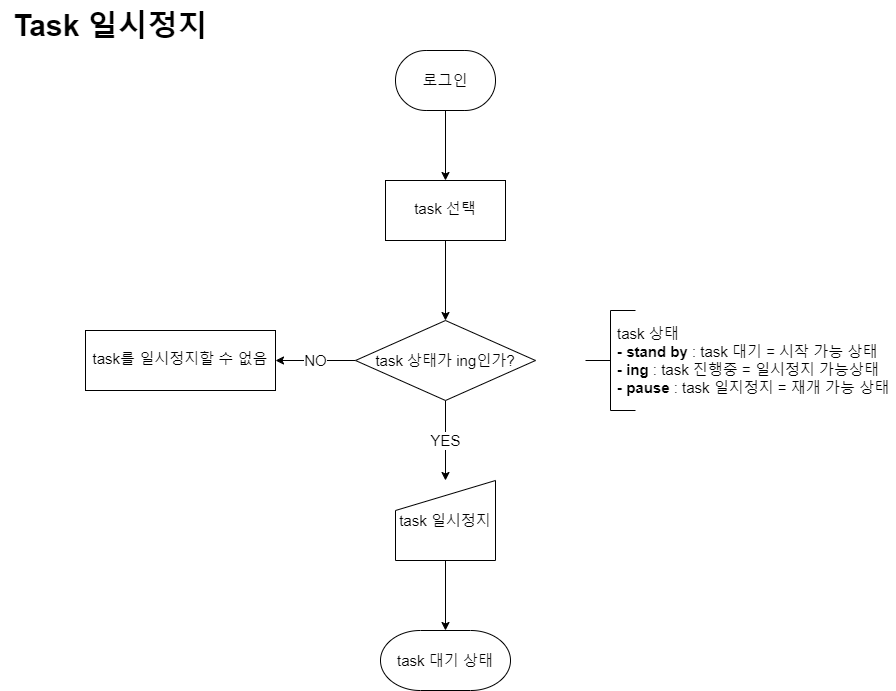
Earlier version of the draw.io export timetodo-flowchart/pausing task.png (MEOHIN/todo-pe). Source tidied: cells renumbered, new cells last; positions are measured from the earlier drawing's top-left corner, leaving out a move shared by most shapes.
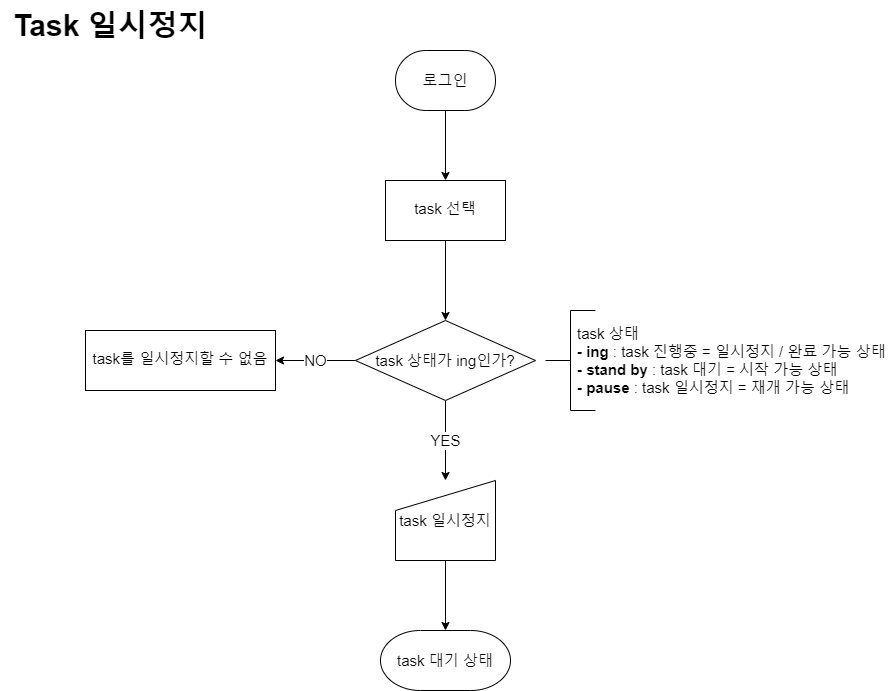
After the change.

The edit, as a diff of the source:
```diff
@@ -11,12 +11,6 @@
     <mxCell id="4" value="task 선택" style="whiteSpace=wrap;html=1;fontSize=15;shadow=0;strokeWidth=1;spacing=6;spacingTop=-4;" parent="1" vertex="1">
       <mxGeometry x="385" y="180" width="120" height="60" as="geometry" />
     </mxCell>
-    <mxCell id="5" value="task 상태&lt;br style=&quot;font-size: 15px;&quot;&gt;&lt;b style=&quot;font-size: 15px;&quot;&gt;- stand by&lt;/b&gt; : task 대기 = 시작 가능 상태&lt;br style=&quot;font-size: 15px;&quot;&gt;&lt;b style=&quot;font-size: 15px;&quot;&gt;- ing&lt;/b&gt; : task 진행중 = 일시정지 가능상태&lt;br style=&quot;font-size: 15px;&quot;&gt;&lt;b style=&quot;font-size: 15px;&quot;&gt;- pause&lt;/b&gt; : task 일지정지 = 재개 가능 상태" style="text;html=1;strokeColor=none;fillColor=none;align=left;verticalAlign=middle;whiteSpace=wrap;rounded=0;fontSize=15;strokeWidth=1;" parent="1" vertex="1">
-      <mxGeometry x="615" y="310" width="280" height="100" as="geometry" />
-    </mxCell>
-    <mxCell id="6" style="strokeWidth=1;html=1;shape=mxgraph.flowchart.annotation_2;align=left;labelPosition=right;fontSize=15;" parent="1" vertex="1">
-      <mxGeometry x="585" y="310" width="50" height="100" as="geometry" />
-    </mxCell>
     <mxCell id="7" value="로그인" style="strokeWidth=1;html=1;shape=mxgraph.flowchart.terminator;whiteSpace=wrap;fontSize=15;" parent="1" vertex="1">
       <mxGeometry x="395" y="50" width="100" height="60" as="geometry" />
     </mxCell>
@@ -44,5 +38,11 @@
     <mxCell id="15" value="task 상태가 ing인가?" style="rhombus;whiteSpace=wrap;html=1;fontSize=15;" parent="1" vertex="1">
       <mxGeometry x="355" y="320" width="180" height="80" as="geometry" />
     </mxCell>
+    <mxCell id="16" style="strokeWidth=1;html=1;shape=mxgraph.flowchart.annotation_2;align=left;labelPosition=right;fontSize=15;" parent="1" vertex="1">
+      <mxGeometry x="545" y="310" width="50" height="100" as="geometry" />
+    </mxCell>
+    <mxCell id="17" value="task 상태&lt;br style=&quot;font-size: 15px;&quot;&gt;&lt;b style=&quot;font-size: 15px;&quot;&gt;- ing&lt;/b&gt; : task 진행중 = 일시정지 / 완료 가능 상태&lt;br style=&quot;font-size: 15px;&quot;&gt;&lt;b style=&quot;border-color: var(--border-color);&quot;&gt;- stand by&lt;/b&gt;&amp;nbsp;: task 대기 = 시작 가능 상태&lt;br style=&quot;border-color: var(--border-color);&quot;&gt;&lt;b style=&quot;font-size: 15px;&quot;&gt;- pause&lt;/b&gt; : task 일시정지 = 재개 가능 상태" style="text;html=1;strokeColor=none;fillColor=none;align=left;verticalAlign=middle;whiteSpace=wrap;rounded=0;fontSize=15;strokeWidth=1;" parent="1" vertex="1">
+      <mxGeometry x="575" y="310" width="320" height="100" as="geometry" />
+    </mxCell>
   </root>
 </mxGraphModel>
```
